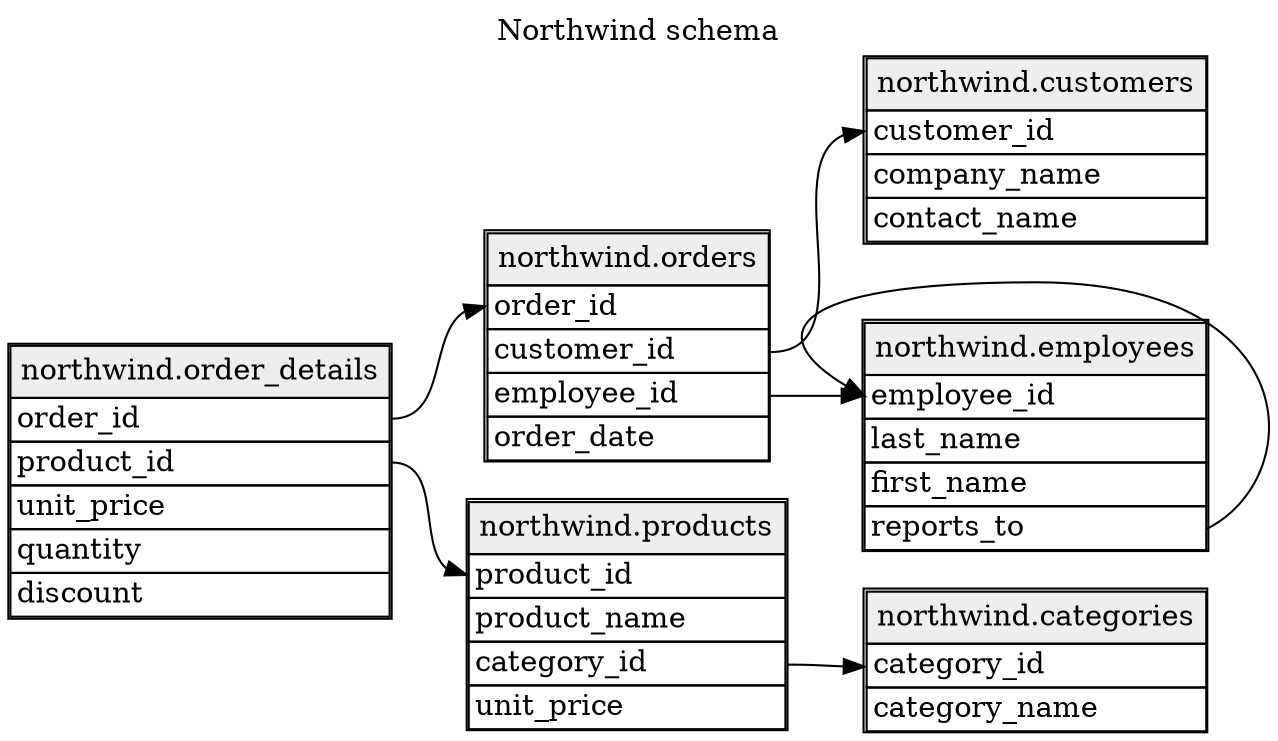
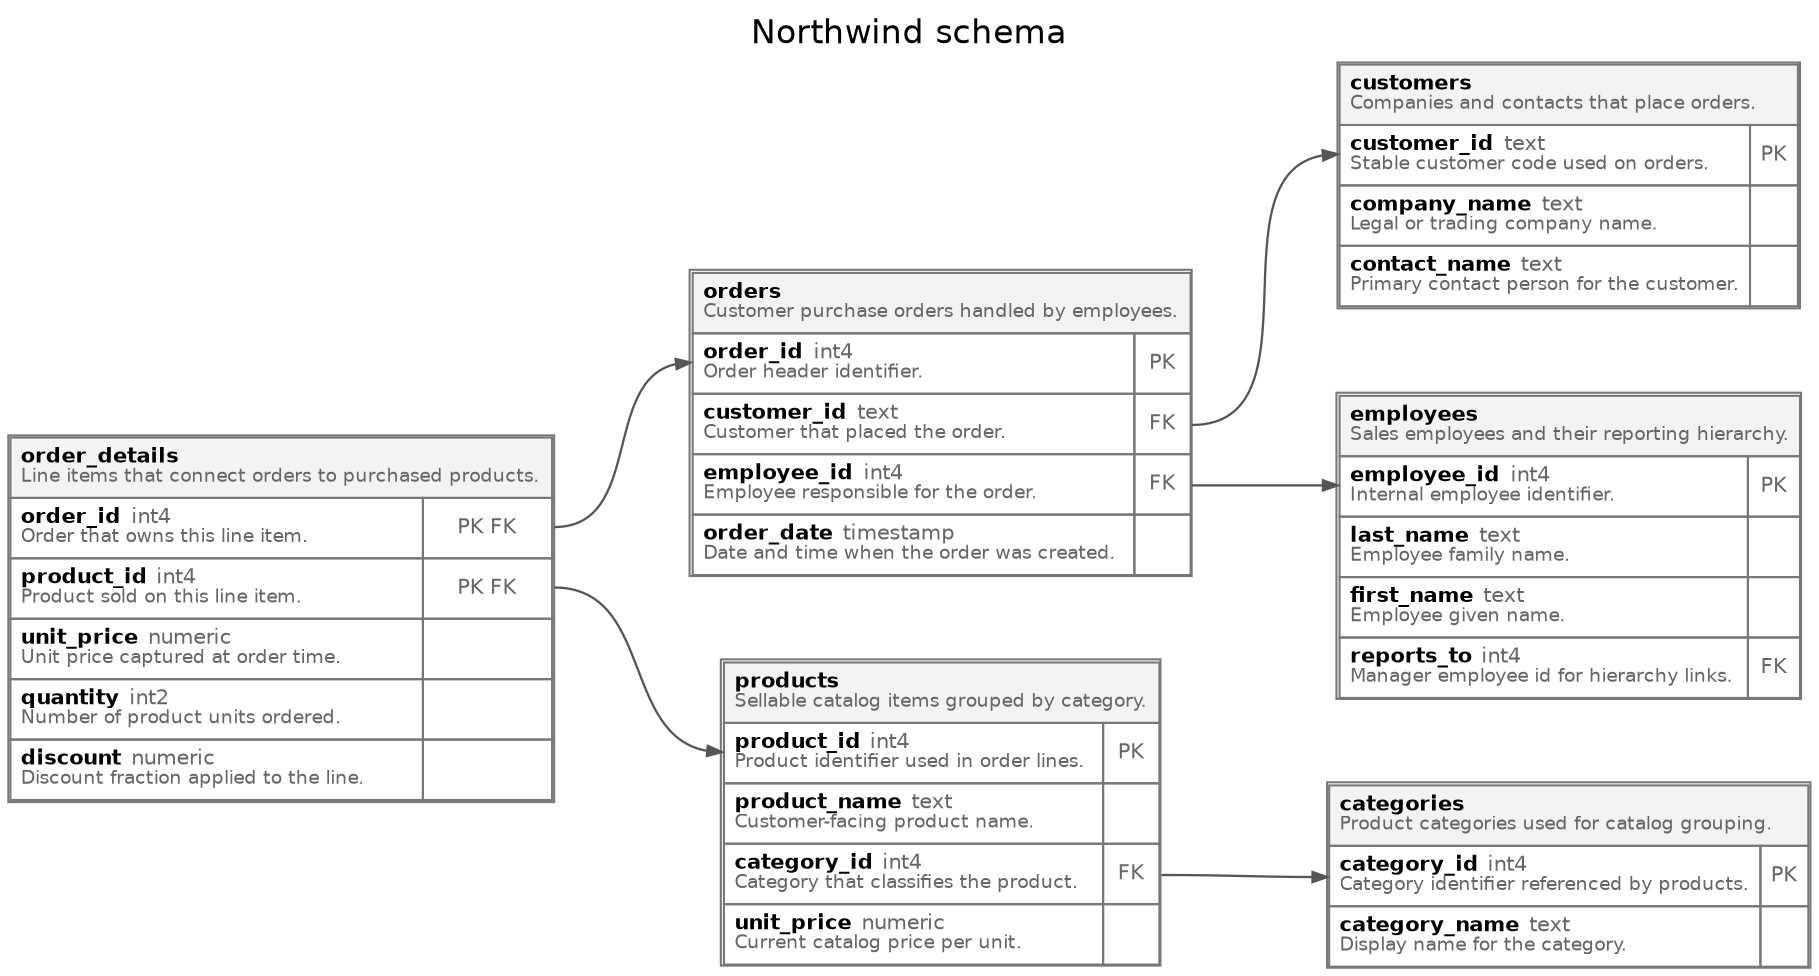
digraph DbSketch {
  graph [
    rankdir=LR,
    labelloc="t",
-     label="Northwind schema"
+     label="Northwind schema",
+     fontname="Helvetica",
+     fontsize=16,
+     nodesep=0.55,
+     ranksep=0.9,
+     bgcolor="#FFFFFF"
  ];

  node [
-     shape=plain
+     shape=plain,
+     fontname="Helvetica",
+     fontsize=10
  ];

  edge [
-     fontsize=10
+     fontname="Helvetica",
+     fontsize=9,
+     color="#555555",
+     penwidth=1.1,
+     arrowsize=0.7
  ];

  "table_northwind_categories" [
    label=<
-       <TABLE BORDER="1" CELLBORDER="1" CELLSPACING="0">
-         <TR><TD BGCOLOR="#EEEEEE" ALIGN="LEFT"><TABLE BORDER="0" CELLBORDER="0" CELLSPACING="0"><TR><TD ALIGN="LEFT">northwind.categories</TD></TR></TABLE></TD></TR>
-         <TR><TD PORT="col_category_id" ALIGN="LEFT">category_id</TD></TR>
-         <TR><TD PORT="col_category_name" ALIGN="LEFT">category_name</TD></TR>
+       <TABLE BORDER="1" CELLBORDER="1" CELLSPACING="0" CELLPADDING="4" COLOR="#777777">
+         <TR><TD COLSPAN="2" BGCOLOR="#F1F3F5" ALIGN="LEFT" BALIGN="LEFT"><B>categories</B><BR ALIGN="LEFT"/><FONT COLOR="#666666" POINT-SIZE="9">Product categories used for catalog grouping.</FONT></TD></TR>
+         <TR><TD PORT="col_category_id" ALIGN="LEFT" BALIGN="LEFT"><B>category_id</B> <FONT COLOR="#666666">int4</FONT><BR ALIGN="LEFT"/><FONT COLOR="#666666" POINT-SIZE="9">Category identifier referenced by products.</FONT></TD><TD ALIGN="CENTER"><FONT COLOR="#666666">PK</FONT></TD></TR>
+         <TR><TD PORT="col_category_name" ALIGN="LEFT" BALIGN="LEFT"><B>category_name</B> <FONT COLOR="#666666">text</FONT><BR ALIGN="LEFT"/><FONT COLOR="#666666" POINT-SIZE="9">Display name for the category.</FONT></TD><TD ALIGN="CENTER"></TD></TR>
      </TABLE>
    >
  ];

  "table_northwind_customers" [
    label=<
-       <TABLE BORDER="1" CELLBORDER="1" CELLSPACING="0">
-         <TR><TD BGCOLOR="#EEEEEE" ALIGN="LEFT"><TABLE BORDER="0" CELLBORDER="0" CELLSPACING="0"><TR><TD ALIGN="LEFT">northwind.customers</TD></TR></TABLE></TD></TR>
-         <TR><TD PORT="col_customer_id" ALIGN="LEFT">customer_id</TD></TR>
-         <TR><TD PORT="col_company_name" ALIGN="LEFT">company_name</TD></TR>
-         <TR><TD PORT="col_contact_name" ALIGN="LEFT">contact_name</TD></TR>
+       <TABLE BORDER="1" CELLBORDER="1" CELLSPACING="0" CELLPADDING="4" COLOR="#777777">
+         <TR><TD COLSPAN="2" BGCOLOR="#F1F3F5" ALIGN="LEFT" BALIGN="LEFT"><B>customers</B><BR ALIGN="LEFT"/><FONT COLOR="#666666" POINT-SIZE="9">Companies and contacts that place orders.</FONT></TD></TR>
+         <TR><TD PORT="col_customer_id" ALIGN="LEFT" BALIGN="LEFT"><B>customer_id</B> <FONT COLOR="#666666">text</FONT><BR ALIGN="LEFT"/><FONT COLOR="#666666" POINT-SIZE="9">Stable customer code used on orders.</FONT></TD><TD ALIGN="CENTER"><FONT COLOR="#666666">PK</FONT></TD></TR>
+         <TR><TD PORT="col_company_name" ALIGN="LEFT" BALIGN="LEFT"><B>company_name</B> <FONT COLOR="#666666">text</FONT><BR ALIGN="LEFT"/><FONT COLOR="#666666" POINT-SIZE="9">Legal or trading company name.</FONT></TD><TD ALIGN="CENTER"></TD></TR>
+         <TR><TD PORT="col_contact_name" ALIGN="LEFT" BALIGN="LEFT"><B>contact_name</B> <FONT COLOR="#666666">text</FONT><BR ALIGN="LEFT"/><FONT COLOR="#666666" POINT-SIZE="9">Primary contact person for the customer.</FONT></TD><TD ALIGN="CENTER"></TD></TR>
      </TABLE>
    >
  ];

  "table_northwind_employees" [
    label=<
-       <TABLE BORDER="1" CELLBORDER="1" CELLSPACING="0">
-         <TR><TD BGCOLOR="#EEEEEE" ALIGN="LEFT"><TABLE BORDER="0" CELLBORDER="0" CELLSPACING="0"><TR><TD ALIGN="LEFT">northwind.employees</TD></TR></TABLE></TD></TR>
-         <TR><TD PORT="col_employee_id" ALIGN="LEFT">employee_id</TD></TR>
-         <TR><TD PORT="col_last_name" ALIGN="LEFT">last_name</TD></TR>
-         <TR><TD PORT="col_first_name" ALIGN="LEFT">first_name</TD></TR>
-         <TR><TD PORT="col_reports_to" ALIGN="LEFT">reports_to</TD></TR>
+       <TABLE BORDER="1" CELLBORDER="1" CELLSPACING="0" CELLPADDING="4" COLOR="#777777">
+         <TR><TD COLSPAN="2" BGCOLOR="#F1F3F5" ALIGN="LEFT" BALIGN="LEFT"><B>employees</B><BR ALIGN="LEFT"/><FONT COLOR="#666666" POINT-SIZE="9">Sales employees and their reporting hierarchy.</FONT></TD></TR>
+         <TR><TD PORT="col_employee_id" ALIGN="LEFT" BALIGN="LEFT"><B>employee_id</B> <FONT COLOR="#666666">int4</FONT><BR ALIGN="LEFT"/><FONT COLOR="#666666" POINT-SIZE="9">Internal employee identifier.</FONT></TD><TD ALIGN="CENTER"><FONT COLOR="#666666">PK</FONT></TD></TR>
+         <TR><TD PORT="col_last_name" ALIGN="LEFT" BALIGN="LEFT"><B>last_name</B> <FONT COLOR="#666666">text</FONT><BR ALIGN="LEFT"/><FONT COLOR="#666666" POINT-SIZE="9">Employee family name.</FONT></TD><TD ALIGN="CENTER"></TD></TR>
+         <TR><TD PORT="col_first_name" ALIGN="LEFT" BALIGN="LEFT"><B>first_name</B> <FONT COLOR="#666666">text</FONT><BR ALIGN="LEFT"/><FONT COLOR="#666666" POINT-SIZE="9">Employee given name.</FONT></TD><TD ALIGN="CENTER"></TD></TR>
+         <TR><TD PORT="col_reports_to" ALIGN="LEFT" BALIGN="LEFT"><B>reports_to</B> <FONT COLOR="#666666">int4</FONT><BR ALIGN="LEFT"/><FONT COLOR="#666666" POINT-SIZE="9">Manager employee id for hierarchy links.</FONT></TD><TD PORT="col_reports_to_fk" ALIGN="CENTER"><FONT COLOR="#666666">FK</FONT></TD></TR>
      </TABLE>
    >
  ];

  "table_northwind_orders" [
    label=<
-       <TABLE BORDER="1" CELLBORDER="1" CELLSPACING="0">
-         <TR><TD BGCOLOR="#EEEEEE" ALIGN="LEFT"><TABLE BORDER="0" CELLBORDER="0" CELLSPACING="0"><TR><TD ALIGN="LEFT">northwind.orders</TD></TR></TABLE></TD></TR>
-         <TR><TD PORT="col_order_id" ALIGN="LEFT">order_id</TD></TR>
-         <TR><TD PORT="col_customer_id" ALIGN="LEFT">customer_id</TD></TR>
-         <TR><TD PORT="col_employee_id" ALIGN="LEFT">employee_id</TD></TR>
-         <TR><TD PORT="col_order_date" ALIGN="LEFT">order_date</TD></TR>
+       <TABLE BORDER="1" CELLBORDER="1" CELLSPACING="0" CELLPADDING="4" COLOR="#777777">
+         <TR><TD COLSPAN="2" BGCOLOR="#F1F3F5" ALIGN="LEFT" BALIGN="LEFT"><B>orders</B><BR ALIGN="LEFT"/><FONT COLOR="#666666" POINT-SIZE="9">Customer purchase orders handled by employees.</FONT></TD></TR>
+         <TR><TD PORT="col_order_id" ALIGN="LEFT" BALIGN="LEFT"><B>order_id</B> <FONT COLOR="#666666">int4</FONT><BR ALIGN="LEFT"/><FONT COLOR="#666666" POINT-SIZE="9">Order header identifier.</FONT></TD><TD ALIGN="CENTER"><FONT COLOR="#666666">PK</FONT></TD></TR>
+         <TR><TD PORT="col_customer_id" ALIGN="LEFT" BALIGN="LEFT"><B>customer_id</B> <FONT COLOR="#666666">text</FONT><BR ALIGN="LEFT"/><FONT COLOR="#666666" POINT-SIZE="9">Customer that placed the order.</FONT></TD><TD PORT="col_customer_id_fk" ALIGN="CENTER"><FONT COLOR="#666666">FK</FONT></TD></TR>
+         <TR><TD PORT="col_employee_id" ALIGN="LEFT" BALIGN="LEFT"><B>employee_id</B> <FONT COLOR="#666666">int4</FONT><BR ALIGN="LEFT"/><FONT COLOR="#666666" POINT-SIZE="9">Employee responsible for the order.</FONT></TD><TD PORT="col_employee_id_fk" ALIGN="CENTER"><FONT COLOR="#666666">FK</FONT></TD></TR>
+         <TR><TD PORT="col_order_date" ALIGN="LEFT" BALIGN="LEFT"><B>order_date</B> <FONT COLOR="#666666">timestamp</FONT><BR ALIGN="LEFT"/><FONT COLOR="#666666" POINT-SIZE="9">Date and time when the order was created.</FONT></TD><TD ALIGN="CENTER"></TD></TR>
      </TABLE>
    >
  ];

  "table_northwind_order_details" [
    label=<
-       <TABLE BORDER="1" CELLBORDER="1" CELLSPACING="0">
-         <TR><TD BGCOLOR="#EEEEEE" ALIGN="LEFT"><TABLE BORDER="0" CELLBORDER="0" CELLSPACING="0"><TR><TD ALIGN="LEFT">northwind.order_details</TD></TR></TABLE></TD></TR>
-         <TR><TD PORT="col_order_id" ALIGN="LEFT">order_id</TD></TR>
-         <TR><TD PORT="col_product_id" ALIGN="LEFT">product_id</TD></TR>
-         <TR><TD PORT="col_unit_price" ALIGN="LEFT">unit_price</TD></TR>
-         <TR><TD PORT="col_quantity" ALIGN="LEFT">quantity</TD></TR>
-         <TR><TD PORT="col_discount" ALIGN="LEFT">discount</TD></TR>
+       <TABLE BORDER="1" CELLBORDER="1" CELLSPACING="0" CELLPADDING="4" COLOR="#777777">
+         <TR><TD COLSPAN="2" BGCOLOR="#F1F3F5" ALIGN="LEFT" BALIGN="LEFT"><B>order_details</B><BR ALIGN="LEFT"/><FONT COLOR="#666666" POINT-SIZE="9">Line items that connect orders to purchased products.</FONT></TD></TR>
+         <TR><TD PORT="col_order_id" ALIGN="LEFT" BALIGN="LEFT"><B>order_id</B> <FONT COLOR="#666666">int4</FONT><BR ALIGN="LEFT"/><FONT COLOR="#666666" POINT-SIZE="9">Order that owns this line item.</FONT></TD><TD PORT="col_order_id_fk" ALIGN="CENTER"><FONT COLOR="#666666">PK FK</FONT></TD></TR>
+         <TR><TD PORT="col_product_id" ALIGN="LEFT" BALIGN="LEFT"><B>product_id</B> <FONT COLOR="#666666">int4</FONT><BR ALIGN="LEFT"/><FONT COLOR="#666666" POINT-SIZE="9">Product sold on this line item.</FONT></TD><TD PORT="col_product_id_fk" ALIGN="CENTER"><FONT COLOR="#666666">PK FK</FONT></TD></TR>
+         <TR><TD PORT="col_unit_price" ALIGN="LEFT" BALIGN="LEFT"><B>unit_price</B> <FONT COLOR="#666666">numeric</FONT><BR ALIGN="LEFT"/><FONT COLOR="#666666" POINT-SIZE="9">Unit price captured at order time.</FONT></TD><TD ALIGN="CENTER"></TD></TR>
+         <TR><TD PORT="col_quantity" ALIGN="LEFT" BALIGN="LEFT"><B>quantity</B> <FONT COLOR="#666666">int2</FONT><BR ALIGN="LEFT"/><FONT COLOR="#666666" POINT-SIZE="9">Number of product units ordered.</FONT></TD><TD ALIGN="CENTER"></TD></TR>
+         <TR><TD PORT="col_discount" ALIGN="LEFT" BALIGN="LEFT"><B>discount</B> <FONT COLOR="#666666">numeric</FONT><BR ALIGN="LEFT"/><FONT COLOR="#666666" POINT-SIZE="9">Discount fraction applied to the line.</FONT></TD><TD ALIGN="CENTER"></TD></TR>
      </TABLE>
    >
  ];

  "table_northwind_products" [
    label=<
-       <TABLE BORDER="1" CELLBORDER="1" CELLSPACING="0">
-         <TR><TD BGCOLOR="#EEEEEE" ALIGN="LEFT"><TABLE BORDER="0" CELLBORDER="0" CELLSPACING="0"><TR><TD ALIGN="LEFT">northwind.products</TD></TR></TABLE></TD></TR>
-         <TR><TD PORT="col_product_id" ALIGN="LEFT">product_id</TD></TR>
-         <TR><TD PORT="col_product_name" ALIGN="LEFT">product_name</TD></TR>
-         <TR><TD PORT="col_category_id" ALIGN="LEFT">category_id</TD></TR>
-         <TR><TD PORT="col_unit_price" ALIGN="LEFT">unit_price</TD></TR>
+       <TABLE BORDER="1" CELLBORDER="1" CELLSPACING="0" CELLPADDING="4" COLOR="#777777">
+         <TR><TD COLSPAN="2" BGCOLOR="#F1F3F5" ALIGN="LEFT" BALIGN="LEFT"><B>products</B><BR ALIGN="LEFT"/><FONT COLOR="#666666" POINT-SIZE="9">Sellable catalog items grouped by category.</FONT></TD></TR>
+         <TR><TD PORT="col_product_id" ALIGN="LEFT" BALIGN="LEFT"><B>product_id</B> <FONT COLOR="#666666">int4</FONT><BR ALIGN="LEFT"/><FONT COLOR="#666666" POINT-SIZE="9">Product identifier used in order lines.</FONT></TD><TD ALIGN="CENTER"><FONT COLOR="#666666">PK</FONT></TD></TR>
+         <TR><TD PORT="col_product_name" ALIGN="LEFT" BALIGN="LEFT"><B>product_name</B> <FONT COLOR="#666666">text</FONT><BR ALIGN="LEFT"/><FONT COLOR="#666666" POINT-SIZE="9">Customer-facing product name.</FONT></TD><TD ALIGN="CENTER"></TD></TR>
+         <TR><TD PORT="col_category_id" ALIGN="LEFT" BALIGN="LEFT"><B>category_id</B> <FONT COLOR="#666666">int4</FONT><BR ALIGN="LEFT"/><FONT COLOR="#666666" POINT-SIZE="9">Category that classifies the product.</FONT></TD><TD PORT="col_category_id_fk" ALIGN="CENTER"><FONT COLOR="#666666">FK</FONT></TD></TR>
+         <TR><TD PORT="col_unit_price" ALIGN="LEFT" BALIGN="LEFT"><B>unit_price</B> <FONT COLOR="#666666">numeric</FONT><BR ALIGN="LEFT"/><FONT COLOR="#666666" POINT-SIZE="9">Current catalog price per unit.</FONT></TD><TD ALIGN="CENTER"></TD></TR>
      </TABLE>
    >
  ];

-   "table_northwind_employees":"col_reports_to":e -> "table_northwind_employees":"col_employee_id":w;
-   "table_northwind_orders":"col_customer_id":e -> "table_northwind_customers":"col_customer_id":w;
-   "table_northwind_orders":"col_employee_id":e -> "table_northwind_employees":"col_employee_id":w;
-   "table_northwind_order_details":"col_order_id":e -> "table_northwind_orders":"col_order_id":w;
-   "table_northwind_order_details":"col_product_id":e -> "table_northwind_products":"col_product_id":w;
-   "table_northwind_products":"col_category_id":e -> "table_northwind_categories":"col_category_id":w;
+   "table_northwind_orders":"col_customer_id_fk":e -> "table_northwind_customers":"col_customer_id":w;
+   "table_northwind_orders":"col_employee_id_fk":e -> "table_northwind_employees":"col_employee_id":w;
+   "table_northwind_order_details":"col_order_id_fk":e -> "table_northwind_orders":"col_order_id":w;
+   "table_northwind_order_details":"col_product_id_fk":e -> "table_northwind_products":"col_product_id":w;
+   "table_northwind_products":"col_category_id_fk":e -> "table_northwind_categories":"col_category_id":w;
}
